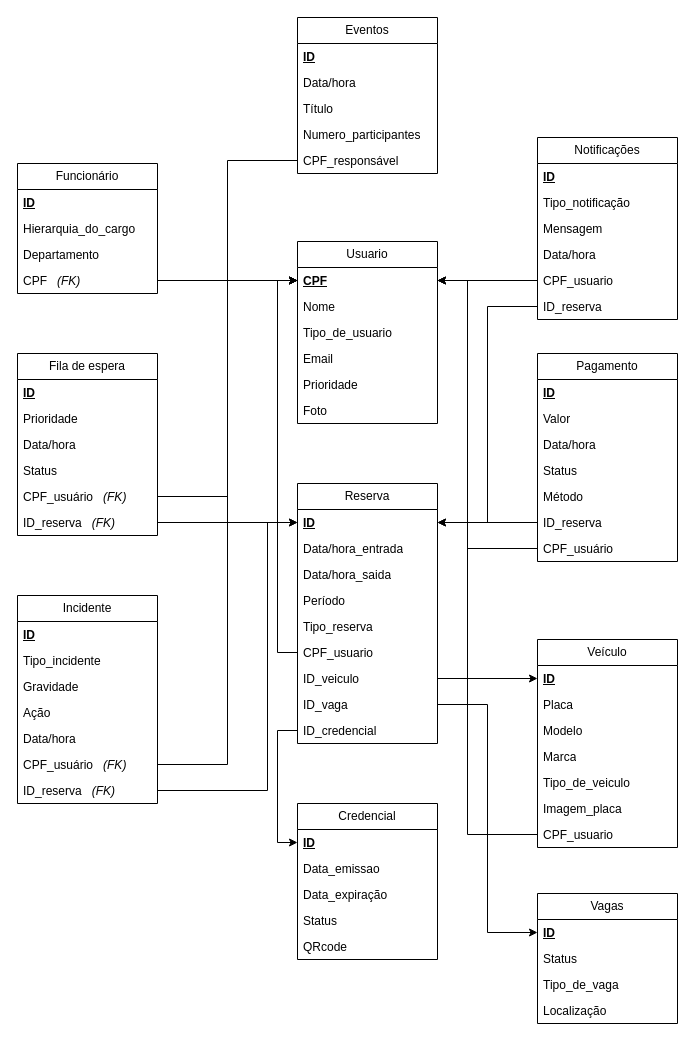
Earlier version of the draw.io diagram documentos.drawio (SamanthaMiyahira/miniEP6). Source tidied: cells renumbered, new cells numbered last; positions are measured from the earlier drawing's top-left corner, leaving out a move shared by most shapes. Both pictures are drawn from the tidied source at 100%, with x=0, y=0 at pixel (17, 17).
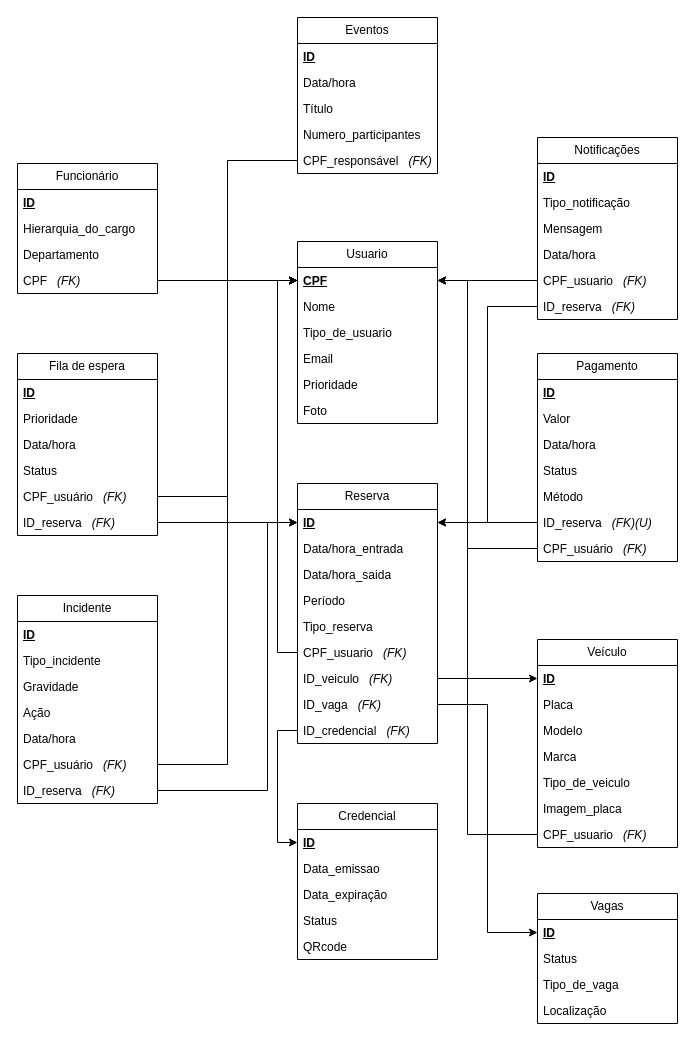
The same page after the edit.

The change refers to these unchanged cells:
```xml
<mxCell id="22" value="Eventos" style="swimlane;fontStyle=0;horizontal=1;startSize=26;fillColor=none;whiteSpace=wrap;html=1;" parent="1" vertex="1">
  <mxGeometry x="280" width="140" height="156" as="geometry" />
</mxCell>
<mxCell id="35" value="Reserva" style="swimlane;fontStyle=0;horizontal=1;startSize=26;fillColor=none;whiteSpace=wrap;html=1;" parent="1" vertex="1">
  <mxGeometry x="280" y="466" width="140" height="260" as="geometry" />
</mxCell>
<mxCell id="51" value="Notificações" style="swimlane;fontStyle=0;horizontal=1;startSize=26;fillColor=none;whiteSpace=wrap;html=1;" parent="1" vertex="1">
  <mxGeometry x="520" y="120" width="140" height="182" as="geometry" />
</mxCell>
<mxCell id="58" value="Pagamento" style="swimlane;fontStyle=0;horizontal=1;startSize=26;fillColor=none;whiteSpace=wrap;html=1;" parent="1" vertex="1">
  <mxGeometry x="520" y="336" width="140" height="208" as="geometry" />
</mxCell>
<mxCell id="66" value="Veículo" style="swimlane;fontStyle=0;horizontal=1;startSize=26;fillColor=none;whiteSpace=wrap;html=1;" parent="1" vertex="1">
  <mxGeometry x="520" y="622" width="140" height="208" as="geometry" />
</mxCell>
```

Diff of the diagram source:
```diff
@@
-    <mxCell id="27" value="CPF_responsável" style="text;strokeColor=none;fillColor=none;align=left;verticalAlign=top;spacingLeft=4;spacingRight=4;overflow=hidden;points=[[0,0.5],[1,0.5]];portConstraint=eastwest;whiteSpace=wrap;html=1;" parent="22" vertex="1">
+    <mxCell id="27" value="CPF_responsável&amp;nbsp; &amp;nbsp;&lt;i&gt;(FK)&lt;/i&gt;" style="text;strokeColor=none;fillColor=none;align=left;verticalAlign=top;spacingLeft=4;spacingRight=4;overflow=hidden;points=[[0,0.5],[1,0.5]];portConstraint=eastwest;whiteSpace=wrap;html=1;" parent="22" vertex="1">
       <mxGeometry y="130" width="140" height="26" as="geometry" />
     </mxCell>
@@
-    <mxCell id="41" value="CPF_usuario" style="text;strokeColor=none;fillColor=none;align=left;verticalAlign=top;spacingLeft=4;spacingRight=4;overflow=hidden;points=[[0,0.5],[1,0.5]];portConstraint=eastwest;whiteSpace=wrap;html=1;" parent="35" vertex="1">
+    <mxCell id="41" value="CPF_usuario&amp;nbsp; &amp;nbsp;&lt;i&gt;(FK)&lt;/i&gt;" style="text;strokeColor=none;fillColor=none;align=left;verticalAlign=top;spacingLeft=4;spacingRight=4;overflow=hidden;points=[[0,0.5],[1,0.5]];portConstraint=eastwest;whiteSpace=wrap;html=1;" parent="35" vertex="1">
       <mxGeometry y="156" width="140" height="26" as="geometry" />
     </mxCell>
-    <mxCell id="42" value="ID_veiculo" style="text;strokeColor=none;fillColor=none;align=left;verticalAlign=top;spacingLeft=4;spacingRight=4;overflow=hidden;points=[[0,0.5],[1,0.5]];portConstraint=eastwest;whiteSpace=wrap;html=1;" parent="35" vertex="1">
+    <mxCell id="42" value="ID_veiculo&amp;nbsp; &amp;nbsp;&lt;i&gt;(FK)&lt;/i&gt;" style="text;strokeColor=none;fillColor=none;align=left;verticalAlign=top;spacingLeft=4;spacingRight=4;overflow=hidden;points=[[0,0.5],[1,0.5]];portConstraint=eastwest;whiteSpace=wrap;html=1;" parent="35" vertex="1">
       <mxGeometry y="182" width="140" height="26" as="geometry" />
     </mxCell>
-    <mxCell id="43" value="ID_vaga" style="text;strokeColor=none;fillColor=none;align=left;verticalAlign=top;spacingLeft=4;spacingRight=4;overflow=hidden;points=[[0,0.5],[1,0.5]];portConstraint=eastwest;whiteSpace=wrap;html=1;" parent="35" vertex="1">
+    <mxCell id="43" value="ID_vaga&amp;nbsp; &amp;nbsp;&lt;i&gt;(FK)&lt;/i&gt;" style="text;strokeColor=none;fillColor=none;align=left;verticalAlign=top;spacingLeft=4;spacingRight=4;overflow=hidden;points=[[0,0.5],[1,0.5]];portConstraint=eastwest;whiteSpace=wrap;html=1;" parent="35" vertex="1">
       <mxGeometry y="208" width="140" height="26" as="geometry" />
     </mxCell>
-    <mxCell id="44" value="ID_credencial" style="text;strokeColor=none;fillColor=none;align=left;verticalAlign=top;spacingLeft=4;spacingRight=4;overflow=hidden;points=[[0,0.5],[1,0.5]];portConstraint=eastwest;whiteSpace=wrap;html=1;" parent="35" vertex="1">
+    <mxCell id="44" value="ID_credencial&amp;nbsp; &amp;nbsp;&lt;i&gt;(FK)&lt;/i&gt;" style="text;strokeColor=none;fillColor=none;align=left;verticalAlign=top;spacingLeft=4;spacingRight=4;overflow=hidden;points=[[0,0.5],[1,0.5]];portConstraint=eastwest;whiteSpace=wrap;html=1;" parent="35" vertex="1">
       <mxGeometry y="234" width="140" height="26" as="geometry" />
     </mxCell>
@@
-    <mxCell id="56" value="CPF_usuario" style="text;strokeColor=none;fillColor=none;align=left;verticalAlign=top;spacingLeft=4;spacingRight=4;overflow=hidden;points=[[0,0.5],[1,0.5]];portConstraint=eastwest;whiteSpace=wrap;html=1;" parent="51" vertex="1">
+    <mxCell id="56" value="CPF_usuario&amp;nbsp; &amp;nbsp;&lt;i&gt;(FK)&lt;/i&gt;" style="text;strokeColor=none;fillColor=none;align=left;verticalAlign=top;spacingLeft=4;spacingRight=4;overflow=hidden;points=[[0,0.5],[1,0.5]];portConstraint=eastwest;whiteSpace=wrap;html=1;" parent="51" vertex="1">
       <mxGeometry y="130" width="140" height="26" as="geometry" />
     </mxCell>
-    <mxCell id="57" value="ID_reserva" style="text;strokeColor=none;fillColor=none;align=left;verticalAlign=top;spacingLeft=4;spacingRight=4;overflow=hidden;points=[[0,0.5],[1,0.5]];portConstraint=eastwest;whiteSpace=wrap;html=1;" parent="51" vertex="1">
+    <mxCell id="57" value="ID_reserva&amp;nbsp; &amp;nbsp;&lt;i&gt;(FK)&lt;/i&gt;" style="text;strokeColor=none;fillColor=none;align=left;verticalAlign=top;spacingLeft=4;spacingRight=4;overflow=hidden;points=[[0,0.5],[1,0.5]];portConstraint=eastwest;whiteSpace=wrap;html=1;" parent="51" vertex="1">
       <mxGeometry y="156" width="140" height="26" as="geometry" />
     </mxCell>
@@
-    <mxCell id="64" value="ID_reserva" style="text;strokeColor=none;fillColor=none;align=left;verticalAlign=top;spacingLeft=4;spacingRight=4;overflow=hidden;points=[[0,0.5],[1,0.5]];portConstraint=eastwest;whiteSpace=wrap;html=1;" parent="58" vertex="1">
+    <mxCell id="64" value="ID_reserva&amp;nbsp; &amp;nbsp;&lt;i&gt;(FK)(U)&lt;/i&gt;" style="text;strokeColor=none;fillColor=none;align=left;verticalAlign=top;spacingLeft=4;spacingRight=4;overflow=hidden;points=[[0,0.5],[1,0.5]];portConstraint=eastwest;whiteSpace=wrap;html=1;" parent="58" vertex="1">
       <mxGeometry y="156" width="140" height="26" as="geometry" />
     </mxCell>
-    <mxCell id="65" value="CPF_usuário" style="text;strokeColor=none;fillColor=none;align=left;verticalAlign=top;spacingLeft=4;spacingRight=4;overflow=hidden;points=[[0,0.5],[1,0.5]];portConstraint=eastwest;whiteSpace=wrap;html=1;" parent="58" vertex="1">
+    <mxCell id="65" value="CPF_usuário&amp;nbsp; &amp;nbsp;&lt;i&gt;(FK)&lt;/i&gt;" style="text;strokeColor=none;fillColor=none;align=left;verticalAlign=top;spacingLeft=4;spacingRight=4;overflow=hidden;points=[[0,0.5],[1,0.5]];portConstraint=eastwest;whiteSpace=wrap;html=1;" parent="58" vertex="1">
       <mxGeometry y="182" width="140" height="26" as="geometry" />
     </mxCell>
@@
-    <mxCell id="73" value="CPF_usuario" style="text;strokeColor=none;fillColor=none;align=left;verticalAlign=top;spacingLeft=4;spacingRight=4;overflow=hidden;points=[[0,0.5],[1,0.5]];portConstraint=eastwest;whiteSpace=wrap;html=1;" parent="66" vertex="1">
+    <mxCell id="73" value="CPF_usuario&amp;nbsp; &amp;nbsp;&lt;i&gt;(FK)&lt;/i&gt;" style="text;strokeColor=none;fillColor=none;align=left;verticalAlign=top;spacingLeft=4;spacingRight=4;overflow=hidden;points=[[0,0.5],[1,0.5]];portConstraint=eastwest;whiteSpace=wrap;html=1;" parent="66" vertex="1">
       <mxGeometry y="182" width="140" height="26" as="geometry" />
     </mxCell>
```
